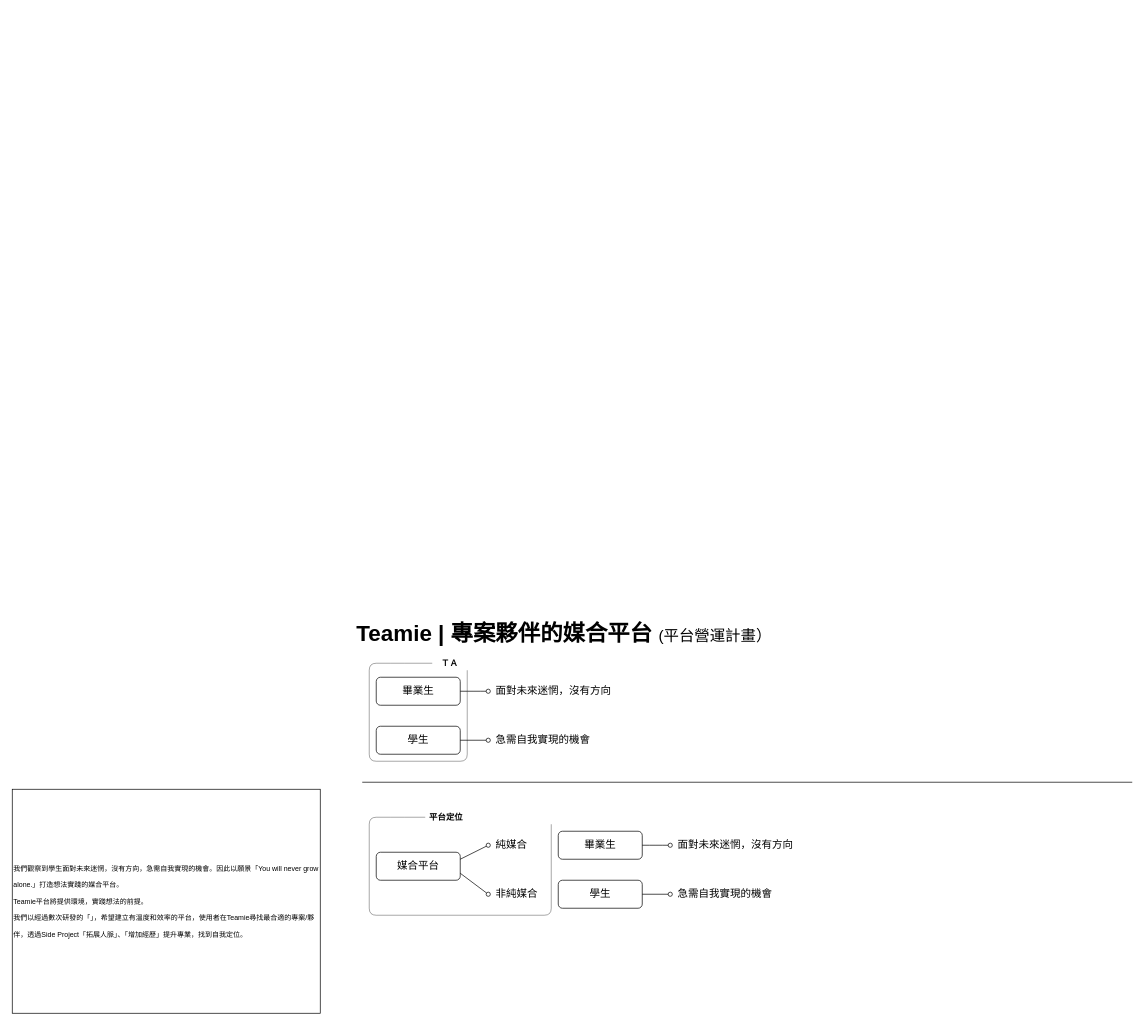
Jerry1020332/JerrysWeb keeps this draw.io diagram as teamie.drawio. Above is the earlier version. Source tidied: cells renumbered, new cells numbered last; positions are measured from the earlier drawing's top-left corner, leaving out a move shared by most shapes. Both pictures are drawn from the tidied source at 70%, with x=0, y=0 at pixel (12, 607).
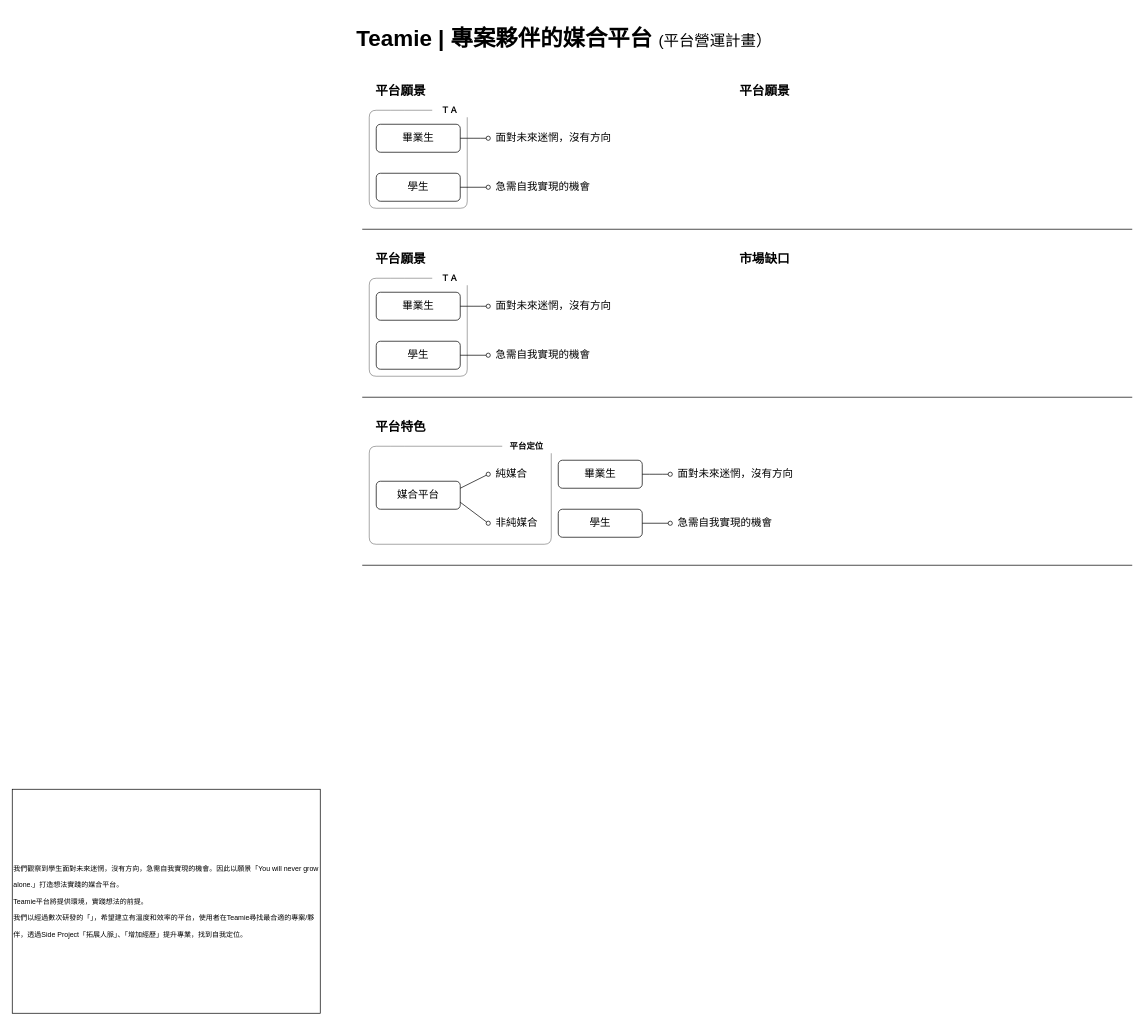
The same diagram, later.

What changed in the source:
```diff
@@
-    <mxCell id="2" value="&lt;h2 style=&quot;text-align: right; line-height: 130%;&quot;&gt;&lt;span style=&quot;background-color: initial;&quot;&gt;&lt;font style=&quot;&quot;&gt;&lt;span style=&quot;font-size: 32px;&quot;&gt;Teamie | 專案夥伴的媒合平台 &lt;/span&gt;&lt;font style=&quot;font-size: 22px; font-weight: normal;&quot;&gt;(平台營運計畫）&lt;/font&gt;&lt;/font&gt;&lt;/span&gt;&lt;/h2&gt;" style="text;strokeColor=none;align=left;fillColor=none;html=1;verticalAlign=middle;whiteSpace=wrap;rounded=0;fontStyle=0;labelBackgroundColor=none;fontColor=default;labelPosition=center;verticalLabelPosition=middle;horizontal=1;" parent="1" vertex="1">
-      <mxGeometry x="490" width="770" height="80" as="geometry" />
-    </mxCell>
@@
     <mxCell id="4" value="&lt;p style=&quot;line-height: 120%; font-size: 15px;&quot;&gt;&lt;font face=&quot;Courier New&quot; style=&quot;font-size: 15px;&quot;&gt;學生&lt;/font&gt;&lt;/p&gt;" style="rounded=1;whiteSpace=wrap;html=1;labelBackgroundColor=none;fontSize=15;fontColor=default;align=center;labelBorderColor=none;fillColor=none;shadow=0;" parent="1" vertex="1">
-      <mxGeometry x="520" y="170" width="120" height="40" as="geometry" />
+      <mxGeometry x="520" y="-380" width="120" height="40" as="geometry" />
     </mxCell>
@@
     <mxCell id="6" style="edgeStyle=none;html=1;entryX=0;entryY=0.5;entryDx=0;entryDy=0;strokeWidth=1;fontFamily=Courier New;fontSize=12;fontColor=default;endArrow=oval;endFill=0;" parent="1" edge="1" source="7" target="8">
       <mxGeometry relative="1" as="geometry">
         <Array as="points">
-          <mxPoint x="660" y="120" />
+          <mxPoint x="660" y="-430" />
         </Array>
       </mxGeometry>
     </mxCell>
     <mxCell id="7" value="&lt;p style=&quot;line-height: 120%; font-size: 15px;&quot;&gt;&lt;font face=&quot;Courier New&quot; style=&quot;font-size: 15px;&quot;&gt;畢業生&lt;/font&gt;&lt;/p&gt;" style="rounded=1;whiteSpace=wrap;html=1;labelBackgroundColor=none;fontSize=15;fontColor=default;align=center;fillColor=none;" parent="1" vertex="1">
-      <mxGeometry x="520" y="100" width="120" height="40" as="geometry" />
+      <mxGeometry x="520" y="-450" width="120" height="40" as="geometry" />
     </mxCell>
     <mxCell id="8" value="&lt;p style=&quot;line-height: 120%; font-size: 15px;&quot;&gt;&lt;font face=&quot;Courier New&quot; style=&quot;font-size: 15px;&quot;&gt;&amp;nbsp;面對未來迷惘，沒有方向&lt;/font&gt;&lt;/p&gt;" style="rounded=0;whiteSpace=wrap;html=1;labelBackgroundColor=none;fontSize=15;fontColor=default;align=left;fillColor=none;strokeColor=none;" parent="1" vertex="1">
-      <mxGeometry x="680" y="90" width="250" height="60" as="geometry" />
+      <mxGeometry x="680" y="-460" width="250" height="60" as="geometry" />
     </mxCell>
     <mxCell id="9" value="&lt;p style=&quot;line-height: 120%; font-size: 15px;&quot;&gt;&lt;font face=&quot;Courier New&quot; style=&quot;font-size: 15px;&quot;&gt;&amp;nbsp;急需自我實現的機會&lt;/font&gt;&lt;/p&gt;" style="rounded=0;whiteSpace=wrap;html=1;labelBackgroundColor=none;fontSize=15;fontColor=default;align=left;labelBorderColor=none;fillColor=none;strokeColor=none;" parent="1" vertex="1">
-      <mxGeometry x="680" y="160" width="250" height="60" as="geometry" />
+      <mxGeometry x="680" y="-390" width="250" height="60" as="geometry" />
     </mxCell>
     <mxCell id="10" style="endArrow=none;html=1;fontFamily=Courier New;fontSize=24;fontColor=default;strokeWidth=0.5;exitX=0;exitY=0.5;exitDx=0;exitDy=0;entryX=1;entryY=1;entryDx=0;entryDy=0;" parent="1" edge="1" source="11" target="11">
       <mxGeometry relative="1" as="geometry">
         <Array as="points">
-          <mxPoint x="550" y="80" />
-          <mxPoint x="510" y="80" />
-          <mxPoint x="510" y="220" />
-          <mxPoint x="650" y="220" />
+          <mxPoint x="550" y="-470" />
+          <mxPoint x="510" y="-470" />
+          <mxPoint x="510" y="-330" />
+          <mxPoint x="650" y="-330" />
         </Array>
       </mxGeometry>
     </mxCell>
     <mxCell id="11" value="&lt;p style=&quot;line-height: 120%; font-size: 12px;&quot;&gt;&lt;b style=&quot;font-size: 12px; font-family: &amp;quot;Courier New&amp;quot;; background-color: initial;&quot;&gt;ＴＡ&lt;/b&gt;&lt;br style=&quot;font-size: 12px;&quot;&gt;&lt;/p&gt;" style="rounded=0;whiteSpace=wrap;html=1;labelBackgroundColor=none;fontSize=12;fontColor=default;align=center;labelBorderColor=none;fillColor=none;strokeColor=none;" parent="1" vertex="1">
-      <mxGeometry x="600" y="70" width="50" height="20" as="geometry" />
+      <mxGeometry x="600" y="-480" width="50" height="20" as="geometry" />
     </mxCell>
     <mxCell id="12" style="endArrow=none;html=1;strokeWidth=1;fontFamily=Courier New;fontSize=22;fontColor=default;" parent="1" edge="1">
       <mxGeometry relative="1" as="geometry">
-        <mxPoint x="500" y="250" as="sourcePoint" />
-        <mxPoint x="1600" y="250" as="targetPoint" />
+        <mxPoint x="500" y="-300" as="sourcePoint" />
+        <mxPoint x="1600" y="-300" as="targetPoint" />
       </mxGeometry>
     </mxCell>
     <mxCell id="13" value="&lt;p style=&quot;line-height: 120%; font-size: 15px;&quot;&gt;&lt;font face=&quot;Courier New&quot; style=&quot;font-size: 15px;&quot;&gt;媒合平台&lt;/font&gt;&lt;/p&gt;" style="rounded=1;whiteSpace=wrap;html=1;labelBackgroundColor=none;fontSize=15;fontColor=default;align=center;fillColor=none;" parent="1" vertex="1">
-      <mxGeometry x="520" y="350" width="120" height="40" as="geometry" />
+      <mxGeometry x="520" y="-180" width="120" height="40" as="geometry" />
     </mxCell>
     <mxCell id="14" style="endArrow=none;html=1;fontFamily=Courier New;fontSize=24;fontColor=default;strokeWidth=0.5;exitX=0;exitY=0.5;exitDx=0;exitDy=0;" parent="1" edge="1" source="15">
       <mxGeometry relative="1" as="geometry">
-        <mxPoint x="770" y="310" as="targetPoint" />
+        <mxPoint x="770" y="-220" as="targetPoint" />
         <Array as="points">
-          <mxPoint x="550" y="300" />
-          <mxPoint x="510" y="300" />
-          <mxPoint x="510" y="440" />
-          <mxPoint x="770" y="440" />
+          <mxPoint x="550" y="-230" />
+          <mxPoint x="510" y="-230" />
+          <mxPoint x="510" y="-90" />
+          <mxPoint x="770" y="-90" />
         </Array>
       </mxGeometry>
     </mxCell>
     <mxCell id="15" value="&lt;p style=&quot;line-height: 120%; font-size: 12px;&quot;&gt;&lt;b style=&quot;font-size: 12px; font-family: &amp;quot;Courier New&amp;quot;; background-color: initial;&quot;&gt;平台定位&lt;/b&gt;&lt;br style=&quot;font-size: 12px;&quot;&gt;&lt;/p&gt;" style="rounded=0;whiteSpace=wrap;html=1;labelBackgroundColor=none;fontSize=12;fontColor=default;align=center;labelBorderColor=none;fillColor=none;strokeColor=none;" parent="1" vertex="1">
-      <mxGeometry x="590" y="290" width="60" height="20" as="geometry" />
+      <mxGeometry x="700" y="-240" width="70" height="20" as="geometry" />
     </mxCell>
     <mxCell id="16" value="&lt;p style=&quot;line-height: 120%; font-size: 15px;&quot;&gt;&lt;font face=&quot;Courier New&quot; style=&quot;font-size: 15px;&quot;&gt;&amp;nbsp;純媒合&lt;/font&gt;&lt;/p&gt;" style="rounded=0;whiteSpace=wrap;html=1;labelBackgroundColor=none;fontSize=15;fontColor=default;align=left;fillColor=none;strokeColor=none;" parent="1" vertex="1">
-      <mxGeometry x="680" y="310" width="80" height="60" as="geometry" />
+      <mxGeometry x="680" y="-220" width="80" height="60" as="geometry" />
     </mxCell>
@@
     <mxCell id="19" value="&lt;p style=&quot;line-height: 120%; font-size: 15px;&quot;&gt;&lt;font face=&quot;Courier New&quot; style=&quot;font-size: 15px;&quot;&gt;&amp;nbsp;非純媒合&lt;/font&gt;&lt;/p&gt;" style="rounded=0;whiteSpace=wrap;html=1;labelBackgroundColor=none;fontSize=15;fontColor=default;align=left;labelBorderColor=none;fillColor=none;strokeColor=none;" parent="1" vertex="1">
-      <mxGeometry x="680" y="380" width="80" height="60" as="geometry" />
+      <mxGeometry x="680" y="-150" width="80" height="60" as="geometry" />
     </mxCell>
     <mxCell id="20" value="&lt;p style=&quot;line-height: 120%; font-size: 15px;&quot;&gt;&lt;font face=&quot;Courier New&quot; style=&quot;font-size: 15px;&quot;&gt;學生&lt;/font&gt;&lt;/p&gt;" style="rounded=1;whiteSpace=wrap;html=1;labelBackgroundColor=none;fontSize=15;fontColor=default;align=center;labelBorderColor=none;fillColor=none;shadow=0;" parent="1" vertex="1">
-      <mxGeometry x="780" y="390" width="120" height="40" as="geometry" />
+      <mxGeometry x="780" y="-140" width="120" height="40" as="geometry" />
     </mxCell>
     <mxCell id="21" value="&lt;p style=&quot;line-height: 120%; font-size: 15px;&quot;&gt;&lt;font face=&quot;Courier New&quot; style=&quot;font-size: 15px;&quot;&gt;畢業生&lt;/font&gt;&lt;/p&gt;" style="rounded=1;whiteSpace=wrap;html=1;labelBackgroundColor=none;fontSize=15;fontColor=default;align=center;fillColor=none;" parent="1" vertex="1">
-      <mxGeometry x="780" y="320" width="120" height="40" as="geometry" />
+      <mxGeometry x="780" y="-210" width="120" height="40" as="geometry" />
     </mxCell>
     <mxCell id="22" style="edgeStyle=none;html=1;entryX=0;entryY=0.5;entryDx=0;entryDy=0;strokeWidth=1;fontFamily=Courier New;fontSize=12;fontColor=default;endArrow=oval;endFill=0;" parent="1" edge="1" source="21" target="25">
       <mxGeometry relative="1" as="geometry">
         <Array as="points">
-          <mxPoint x="920" y="340" />
+          <mxPoint x="920" y="-190" />
         </Array>
       </mxGeometry>
     </mxCell>
@@
     <mxCell id="24" value="&lt;p style=&quot;line-height: 120%; font-size: 15px;&quot;&gt;&lt;font face=&quot;Courier New&quot; style=&quot;font-size: 15px;&quot;&gt;&amp;nbsp;急需自我實現的機會&lt;/font&gt;&lt;/p&gt;" style="rounded=0;whiteSpace=wrap;html=1;labelBackgroundColor=none;fontSize=15;fontColor=default;align=left;labelBorderColor=none;fillColor=none;strokeColor=none;" parent="1" vertex="1">
-      <mxGeometry x="940" y="380" width="250" height="60" as="geometry" />
+      <mxGeometry x="940" y="-150" width="250" height="60" as="geometry" />
     </mxCell>
     <mxCell id="25" value="&lt;p style=&quot;line-height: 120%; font-size: 15px;&quot;&gt;&lt;font face=&quot;Courier New&quot; style=&quot;font-size: 15px;&quot;&gt;&amp;nbsp;面對未來迷惘，沒有方向&lt;/font&gt;&lt;/p&gt;" style="rounded=0;whiteSpace=wrap;html=1;labelBackgroundColor=none;fontSize=15;fontColor=default;align=left;fillColor=none;strokeColor=none;" parent="1" vertex="1">
-      <mxGeometry x="940" y="310" width="250" height="60" as="geometry" />
+      <mxGeometry x="940" y="-220" width="250" height="60" as="geometry" />
     </mxCell>
+    <mxCell id="26" value="&lt;p style=&quot;line-height: 120%;&quot;&gt;&lt;span style=&quot;font-family: &amp;quot;Courier New&amp;quot;; background-color: initial;&quot;&gt;&lt;font style=&quot;font-size: 18px;&quot;&gt;平台特色&lt;/font&gt;&lt;/span&gt;&lt;br style=&quot;font-size: 12px;&quot;&gt;&lt;/p&gt;" style="rounded=0;whiteSpace=wrap;html=1;labelBackgroundColor=none;fontSize=12;fontColor=default;align=center;labelBorderColor=none;fillColor=none;strokeColor=none;fontStyle=1;" parent="1" vertex="1">
+      <mxGeometry x="500" y="-270" width="110" height="30" as="geometry" />
+    </mxCell>
+    <mxCell id="27" value="&lt;p style=&quot;line-height: 120%;&quot;&gt;&lt;span style=&quot;font-family: &amp;quot;Courier New&amp;quot;; background-color: initial;&quot;&gt;&lt;font style=&quot;font-size: 18px;&quot;&gt;平台願景&lt;/font&gt;&lt;/span&gt;&lt;br style=&quot;font-size: 12px;&quot;&gt;&lt;/p&gt;" style="rounded=0;whiteSpace=wrap;html=1;labelBackgroundColor=none;fontSize=12;fontColor=default;align=center;labelBorderColor=none;fillColor=none;strokeColor=none;fontStyle=1;" parent="1" vertex="1">
+      <mxGeometry x="500" y="-510" width="110" height="30" as="geometry" />
+    </mxCell>
+    <mxCell id="28" value="&lt;p style=&quot;line-height: 120%;&quot;&gt;&lt;span style=&quot;font-family: &amp;quot;Courier New&amp;quot;; background-color: initial;&quot;&gt;&lt;font style=&quot;font-size: 18px;&quot;&gt;市場缺口&lt;/font&gt;&lt;/span&gt;&lt;br style=&quot;font-size: 12px;&quot;&gt;&lt;/p&gt;" style="rounded=0;whiteSpace=wrap;html=1;labelBackgroundColor=none;fontSize=12;fontColor=default;align=center;labelBorderColor=none;fillColor=none;strokeColor=none;fontStyle=1;" parent="1" vertex="1">
+      <mxGeometry x="1020" y="-510" width="110" height="30" as="geometry" />
+    </mxCell>
+    <mxCell id="2" value="&lt;h2 style=&quot;text-align: right; line-height: 130%;&quot;&gt;&lt;span style=&quot;background-color: initial;&quot;&gt;&lt;font style=&quot;&quot;&gt;&lt;span style=&quot;font-size: 32px;&quot;&gt;Teamie | 專案夥伴的媒合平台 &lt;/span&gt;&lt;font style=&quot;font-size: 22px; font-weight: normal;&quot;&gt;(平台營運計畫）&lt;/font&gt;&lt;/font&gt;&lt;/span&gt;&lt;/h2&gt;" style="text;strokeColor=none;align=left;fillColor=none;html=1;verticalAlign=middle;whiteSpace=wrap;rounded=0;fontStyle=0;labelBackgroundColor=none;fontColor=default;labelPosition=center;verticalLabelPosition=middle;horizontal=1;" parent="1" vertex="1">
+      <mxGeometry x="490" y="-850" width="770" height="80" as="geometry" />
+    </mxCell>
+    <mxCell id="29" style="edgeStyle=none;html=1;entryX=0;entryY=0.5;entryDx=0;entryDy=0;strokeWidth=1;fontFamily=Courier New;fontSize=12;fontColor=default;endArrow=oval;endFill=0;" parent="1" edge="1" source="30" target="34">
+      <mxGeometry relative="1" as="geometry" />
+    </mxCell>
+    <mxCell id="30" value="&lt;p style=&quot;line-height: 120%; font-size: 15px;&quot;&gt;&lt;font face=&quot;Courier New&quot; style=&quot;font-size: 15px;&quot;&gt;學生&lt;/font&gt;&lt;/p&gt;" style="rounded=1;whiteSpace=wrap;html=1;labelBackgroundColor=none;fontSize=15;fontColor=default;align=center;labelBorderColor=none;fillColor=none;shadow=0;" parent="1" vertex="1">
+      <mxGeometry x="520" y="-620" width="120" height="40" as="geometry" />
+    </mxCell>
+    <mxCell id="31" style="edgeStyle=none;html=1;entryX=0;entryY=0.5;entryDx=0;entryDy=0;strokeWidth=1;fontFamily=Courier New;fontSize=12;fontColor=default;endArrow=oval;endFill=0;" parent="1" edge="1" source="32" target="33">
+      <mxGeometry relative="1" as="geometry">
+        <Array as="points">
+          <mxPoint x="660" y="-670" />
+        </Array>
+      </mxGeometry>
+    </mxCell>
+    <mxCell id="32" value="&lt;p style=&quot;line-height: 120%; font-size: 15px;&quot;&gt;&lt;font face=&quot;Courier New&quot; style=&quot;font-size: 15px;&quot;&gt;畢業生&lt;/font&gt;&lt;/p&gt;" style="rounded=1;whiteSpace=wrap;html=1;labelBackgroundColor=none;fontSize=15;fontColor=default;align=center;fillColor=none;" parent="1" vertex="1">
+      <mxGeometry x="520" y="-690" width="120" height="40" as="geometry" />
+    </mxCell>
+    <mxCell id="33" value="&lt;p style=&quot;line-height: 120%; font-size: 15px;&quot;&gt;&lt;font face=&quot;Courier New&quot; style=&quot;font-size: 15px;&quot;&gt;&amp;nbsp;面對未來迷惘，沒有方向&lt;/font&gt;&lt;/p&gt;" style="rounded=0;whiteSpace=wrap;html=1;labelBackgroundColor=none;fontSize=15;fontColor=default;align=left;fillColor=none;strokeColor=none;" parent="1" vertex="1">
+      <mxGeometry x="680" y="-700" width="250" height="60" as="geometry" />
+    </mxCell>
+    <mxCell id="34" value="&lt;p style=&quot;line-height: 120%; font-size: 15px;&quot;&gt;&lt;font face=&quot;Courier New&quot; style=&quot;font-size: 15px;&quot;&gt;&amp;nbsp;急需自我實現的機會&lt;/font&gt;&lt;/p&gt;" style="rounded=0;whiteSpace=wrap;html=1;labelBackgroundColor=none;fontSize=15;fontColor=default;align=left;labelBorderColor=none;fillColor=none;strokeColor=none;" parent="1" vertex="1">
+      <mxGeometry x="680" y="-630" width="250" height="60" as="geometry" />
+    </mxCell>
+    <mxCell id="35" style="endArrow=none;html=1;fontFamily=Courier New;fontSize=24;fontColor=default;strokeWidth=0.5;exitX=0;exitY=0.5;exitDx=0;exitDy=0;entryX=1;entryY=1;entryDx=0;entryDy=0;" parent="1" edge="1" source="36" target="36">
+      <mxGeometry relative="1" as="geometry">
+        <Array as="points">
+          <mxPoint x="550" y="-710" />
+          <mxPoint x="510" y="-710" />
+          <mxPoint x="510" y="-570" />
+          <mxPoint x="650" y="-570" />
+        </Array>
+      </mxGeometry>
+    </mxCell>
+    <mxCell id="36" value="&lt;p style=&quot;line-height: 120%; font-size: 12px;&quot;&gt;&lt;b style=&quot;font-size: 12px; font-family: &amp;quot;Courier New&amp;quot;; background-color: initial;&quot;&gt;ＴＡ&lt;/b&gt;&lt;br style=&quot;font-size: 12px;&quot;&gt;&lt;/p&gt;" style="rounded=0;whiteSpace=wrap;html=1;labelBackgroundColor=none;fontSize=12;fontColor=default;align=center;labelBorderColor=none;fillColor=none;strokeColor=none;" parent="1" vertex="1">
+      <mxGeometry x="600" y="-720" width="50" height="20" as="geometry" />
+    </mxCell>
+    <mxCell id="37" style="endArrow=none;html=1;strokeWidth=1;fontFamily=Courier New;fontSize=22;fontColor=default;" parent="1" edge="1">
+      <mxGeometry relative="1" as="geometry">
+        <mxPoint x="500" y="-540" as="sourcePoint" />
+        <mxPoint x="1600" y="-540" as="targetPoint" />
+      </mxGeometry>
+    </mxCell>
+    <mxCell id="38" value="&lt;p style=&quot;line-height: 120%;&quot;&gt;&lt;span style=&quot;font-family: &amp;quot;Courier New&amp;quot;; background-color: initial;&quot;&gt;&lt;font style=&quot;font-size: 18px;&quot;&gt;平台願景&lt;/font&gt;&lt;/span&gt;&lt;br style=&quot;font-size: 12px;&quot;&gt;&lt;/p&gt;" style="rounded=0;whiteSpace=wrap;html=1;labelBackgroundColor=none;fontSize=12;fontColor=default;align=center;labelBorderColor=none;fillColor=none;strokeColor=none;fontStyle=1;" parent="1" vertex="1">
+      <mxGeometry x="500" y="-750" width="110" height="30" as="geometry" />
+    </mxCell>
+    <mxCell id="39" value="&lt;p style=&quot;line-height: 120%;&quot;&gt;&lt;span style=&quot;font-family: &amp;quot;Courier New&amp;quot;; background-color: initial;&quot;&gt;&lt;font style=&quot;font-size: 18px;&quot;&gt;平台願景&lt;/font&gt;&lt;/span&gt;&lt;br style=&quot;font-size: 12px;&quot;&gt;&lt;/p&gt;" style="rounded=0;whiteSpace=wrap;html=1;labelBackgroundColor=none;fontSize=12;fontColor=default;align=center;labelBorderColor=none;fillColor=none;strokeColor=none;fontStyle=1;" parent="1" vertex="1">
+      <mxGeometry x="1020" y="-750" width="110" height="30" as="geometry" />
+    </mxCell>
+    <mxCell id="40" style="endArrow=none;html=1;strokeWidth=1;fontFamily=Courier New;fontSize=22;fontColor=default;" parent="1" edge="1">
+      <mxGeometry relative="1" as="geometry">
+        <mxPoint x="500" y="-60" as="sourcePoint" />
+        <mxPoint x="1600" y="-60" as="targetPoint" />
+      </mxGeometry>
+    </mxCell>
```
